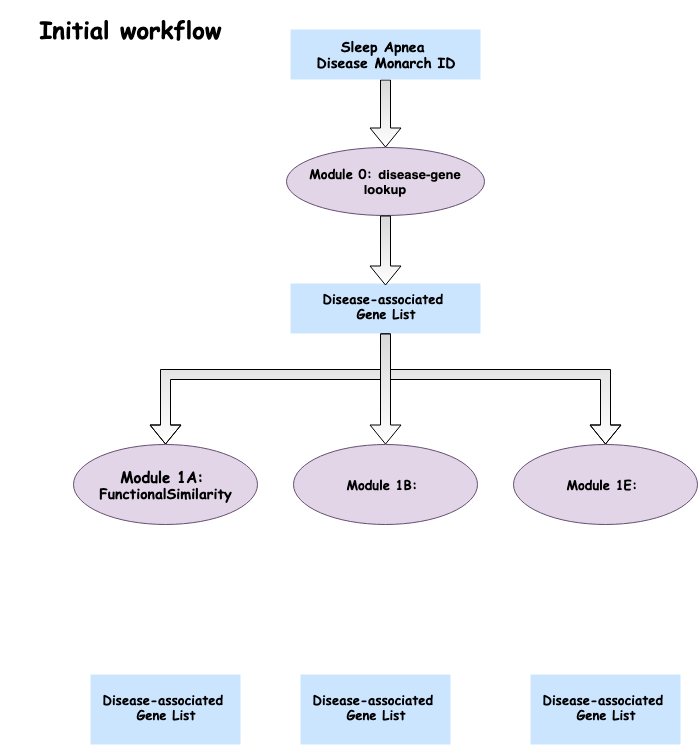
Above: workflow2_diagram.png in imxiaow/SleepApnea-Presentation (draw.io), before the change. Source tidied: cells renumbered, new cells last; positions are measured from the earlier drawing's top-left corner, leaving out a move shared by most shapes.
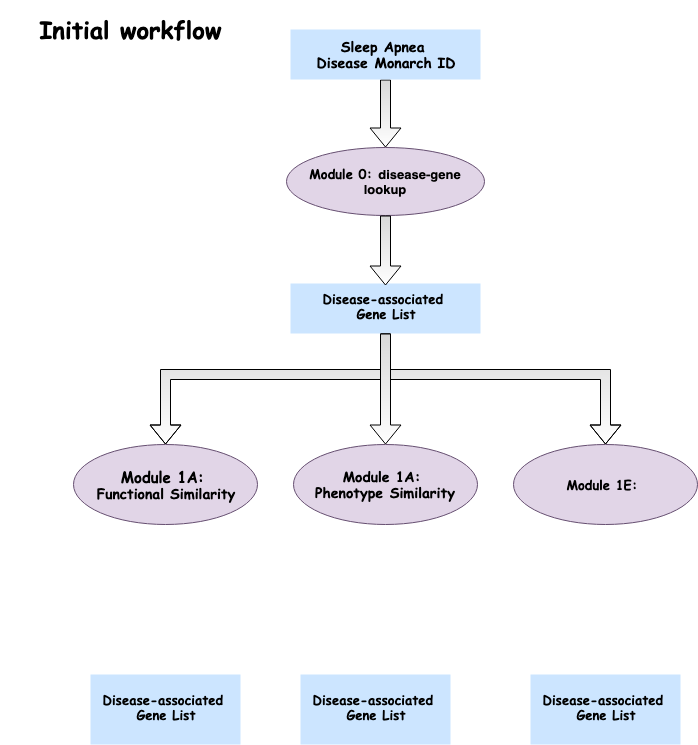
After the change.

What changed in the source:
```diff
@@ -55,10 +55,10 @@
     <mxCell id="13" value="&lt;h4 style=&quot;font-size: 13px&quot;&gt;&lt;font face=&quot;Comic Sans MS&quot; style=&quot;font-size: 13px&quot;&gt;Disease-associated&amp;nbsp;&lt;br&gt;&lt;/font&gt;&lt;font face=&quot;Comic Sans MS&quot; style=&quot;font-size: 13px&quot;&gt;Gene List&lt;/font&gt;&lt;/h4&gt;" style="rounded=0;whiteSpace=wrap;html=1;fillColor=#cce5ff;strokeColor=none;" parent="1" vertex="1">
       <mxGeometry x="300" y="660" width="150" height="70" as="geometry" />
     </mxCell>
-    <mxCell id="14" value="&lt;h3&gt;&lt;/h3&gt;&lt;h3 style=&quot;text-align: center&quot;&gt;&lt;font face=&quot;Comic Sans MS&quot;&gt;&lt;font style=&quot;font-size: 15px&quot;&gt;Module 1A:&amp;nbsp;&lt;br&gt;&lt;/font&gt;&lt;/font&gt;&lt;font face=&quot;Comic Sans MS&quot;&gt;&lt;b&gt;FunctionalSimilarity&lt;/b&gt;&lt;/font&gt;&lt;/h3&gt;" style="ellipse;whiteSpace=wrap;html=1;fillColor=#e1d5e7;strokeColor=#654E70;gradientColor=none;" parent="1" vertex="1">
+    <mxCell id="14" value="&lt;h3&gt;&lt;/h3&gt;&lt;h3 style=&quot;text-align: center&quot;&gt;&lt;font face=&quot;Comic Sans MS&quot;&gt;&lt;font style=&quot;font-size: 15px&quot;&gt;Module 1A:&amp;nbsp;&lt;br&gt;&lt;/font&gt;&lt;/font&gt;&lt;font face=&quot;Comic Sans MS&quot;&gt;&lt;b&gt;Functional Similarity&lt;/b&gt;&lt;/font&gt;&lt;/h3&gt;" style="ellipse;whiteSpace=wrap;html=1;fillColor=#e1d5e7;strokeColor=#654E70;gradientColor=none;" parent="1" vertex="1">
       <mxGeometry x="73" y="430" width="184" height="80" as="geometry" />
     </mxCell>
-    <mxCell id="15" value="&lt;h3&gt;&lt;/h3&gt;&lt;h3 style=&quot;font-size: 13px&quot;&gt;&lt;font face=&quot;Comic Sans MS&quot; style=&quot;font-size: 13px&quot;&gt;Module 1B:&amp;nbsp;&lt;/font&gt;&lt;/h3&gt;" style="ellipse;whiteSpace=wrap;html=1;fillColor=#e1d5e7;strokeColor=#654E70;gradientColor=none;" parent="1" vertex="1">
+    <mxCell id="15" value="&lt;h3&gt;&lt;/h3&gt;&lt;h3 style=&quot;font-size: 15px&quot;&gt;&lt;/h3&gt;&lt;h3&gt;&lt;font face=&quot;Comic Sans MS&quot;&gt;&lt;font&gt;Module 1A:&amp;nbsp;&lt;br&gt;&lt;/font&gt;&lt;/font&gt;&lt;font face=&quot;Comic Sans MS&quot;&gt;&lt;span&gt;Phenotype&lt;/span&gt;&amp;nbsp;Similarity&lt;/font&gt;&lt;/h3&gt;" style="ellipse;whiteSpace=wrap;html=1;fillColor=#e1d5e7;strokeColor=#654E70;gradientColor=none;" parent="1" vertex="1">
       <mxGeometry x="293" y="430" width="184" height="80" as="geometry" />
     </mxCell>
     <mxCell id="16" value="&lt;h3&gt;&lt;/h3&gt;&lt;h3 style=&quot;font-size: 13px&quot;&gt;&lt;font face=&quot;Comic Sans MS&quot; style=&quot;font-size: 13px&quot;&gt;Module 1E:&amp;nbsp;&lt;/font&gt;&lt;/h3&gt;" style="ellipse;whiteSpace=wrap;html=1;fillColor=#e1d5e7;strokeColor=#654E70;gradientColor=none;" parent="1" vertex="1">
```
